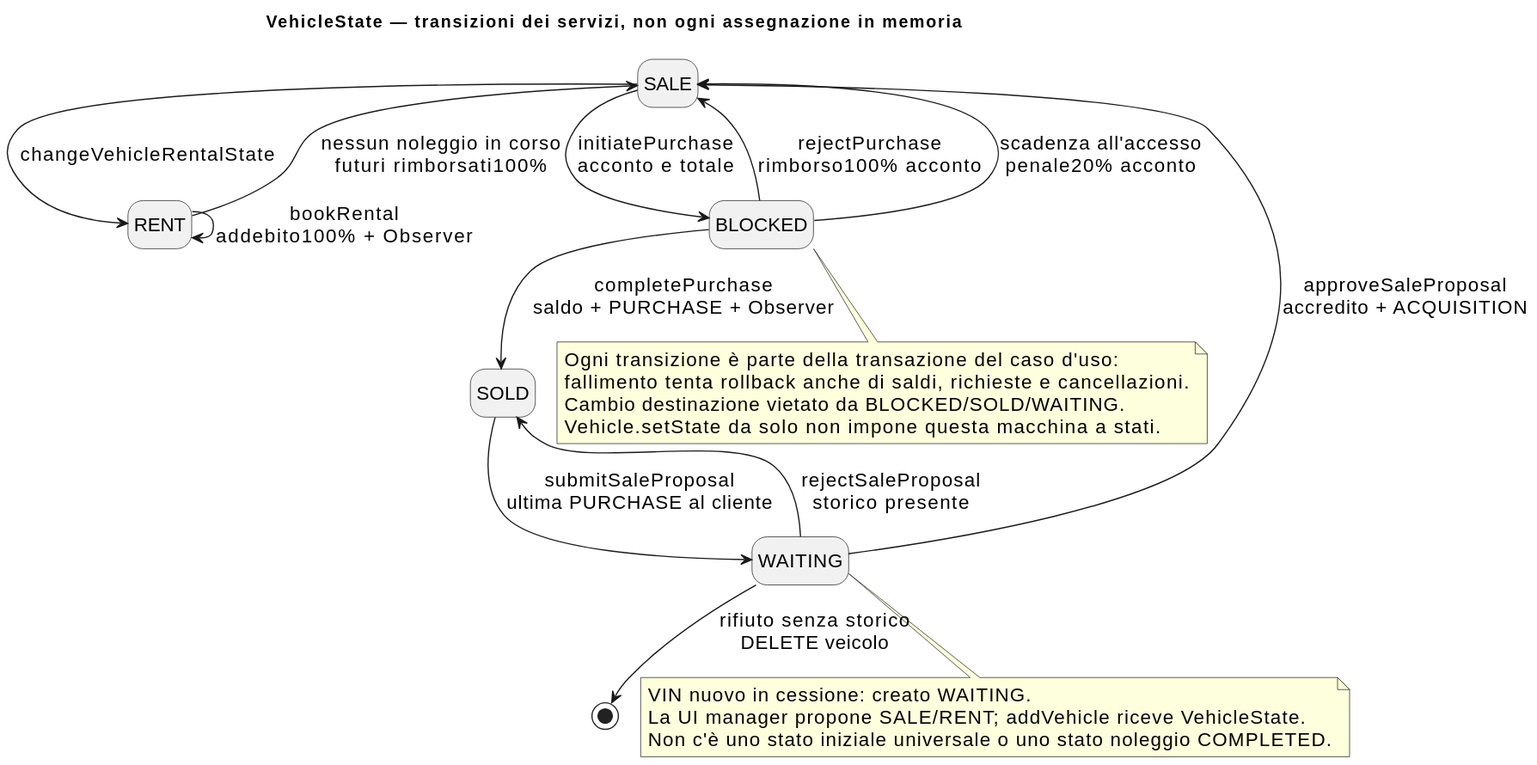
Before: docs/diagrams/current/vehicle-states.svg, a diagram exported from PlantUML (fededamo/DriveHub).
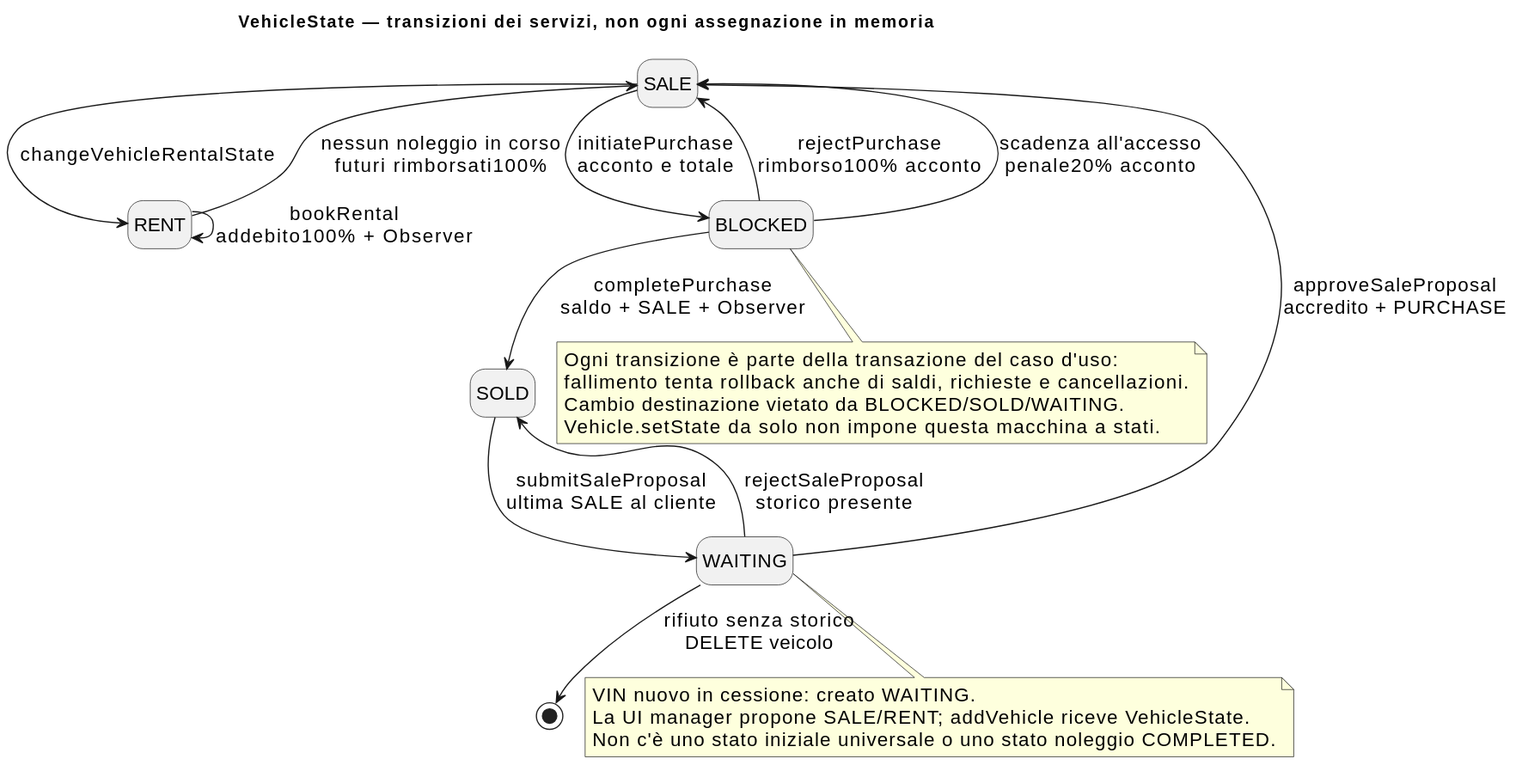
The same diagram one commit later.

Diff of the diagram source:
```diff
@@ -10,11 +10,11 @@
 state SOLD
 state WAITING
 SALE --> BLOCKED : initiatePurchase\nacconto e totale
-BLOCKED --> SOLD : completePurchase\nsaldo + PURCHASE + Observer
+BLOCKED --> SOLD : completePurchase\nsaldo + SALE + Observer
 BLOCKED --> SALE : rejectPurchase\nrimborso100% acconto
 BLOCKED --> SALE : scadenza all'accesso\npenale20% acconto
-SOLD --> WAITING : submitSaleProposal\nultima PURCHASE al cliente
-WAITING --> SALE : approveSaleProposal\naccredito + ACQUISITION
+SOLD --> WAITING : submitSaleProposal\nultima SALE al cliente
+WAITING --> SALE : approveSaleProposal\naccredito + PURCHASE
 WAITING --> SOLD : rejectSaleProposal\nstorico presente
 WAITING --> [*] : rifiuto senza storico\nDELETE veicolo
 SALE --> RENT : changeVehicleRentalState
```
